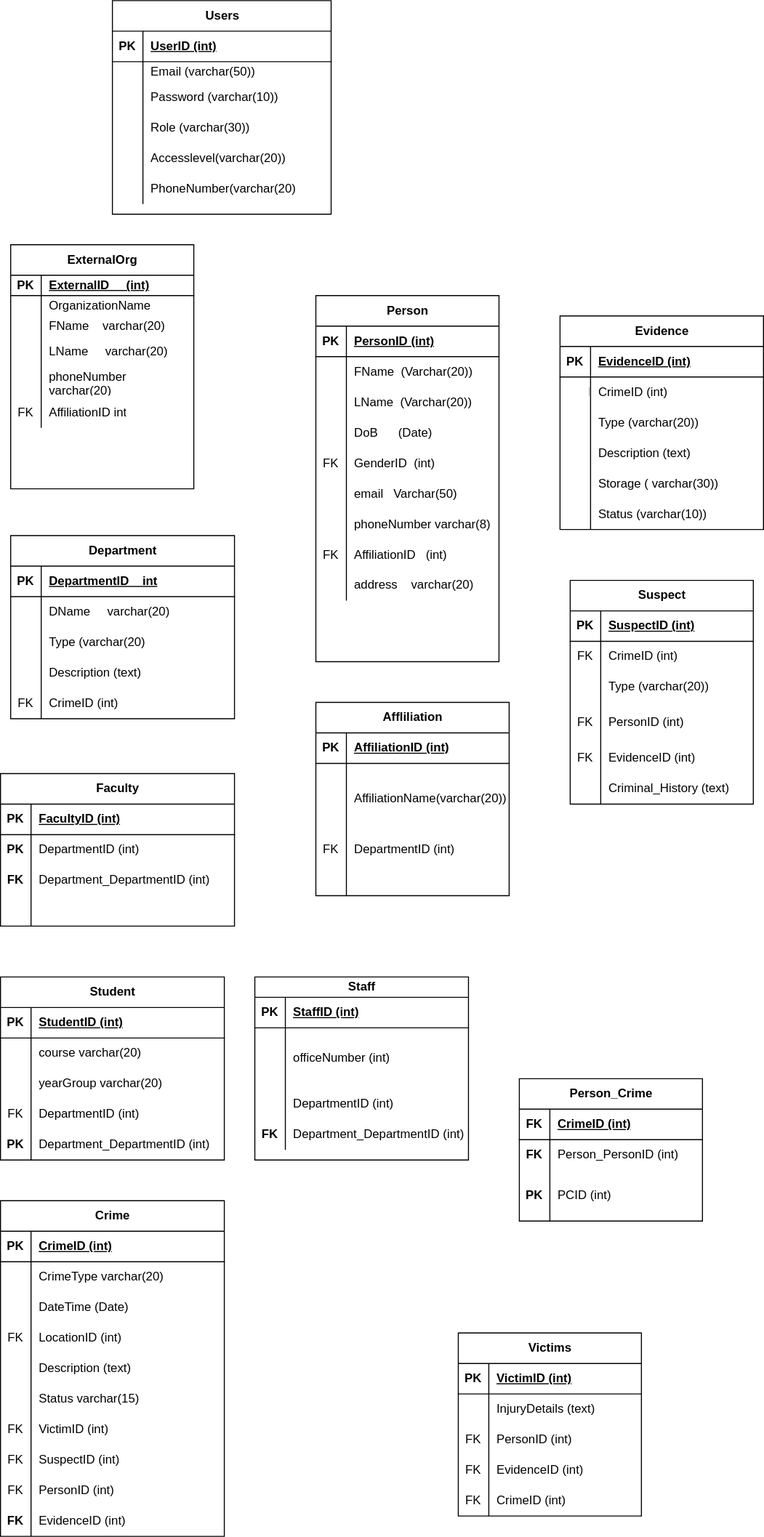
Earlier version of the draw.io export Untitled Diagram.drawio.svg (Priscile2/Diagrams). Source tidied: cells renumbered, new cells last; positions are measured from the earlier drawing's top-left corner, leaving out a move shared by most shapes.
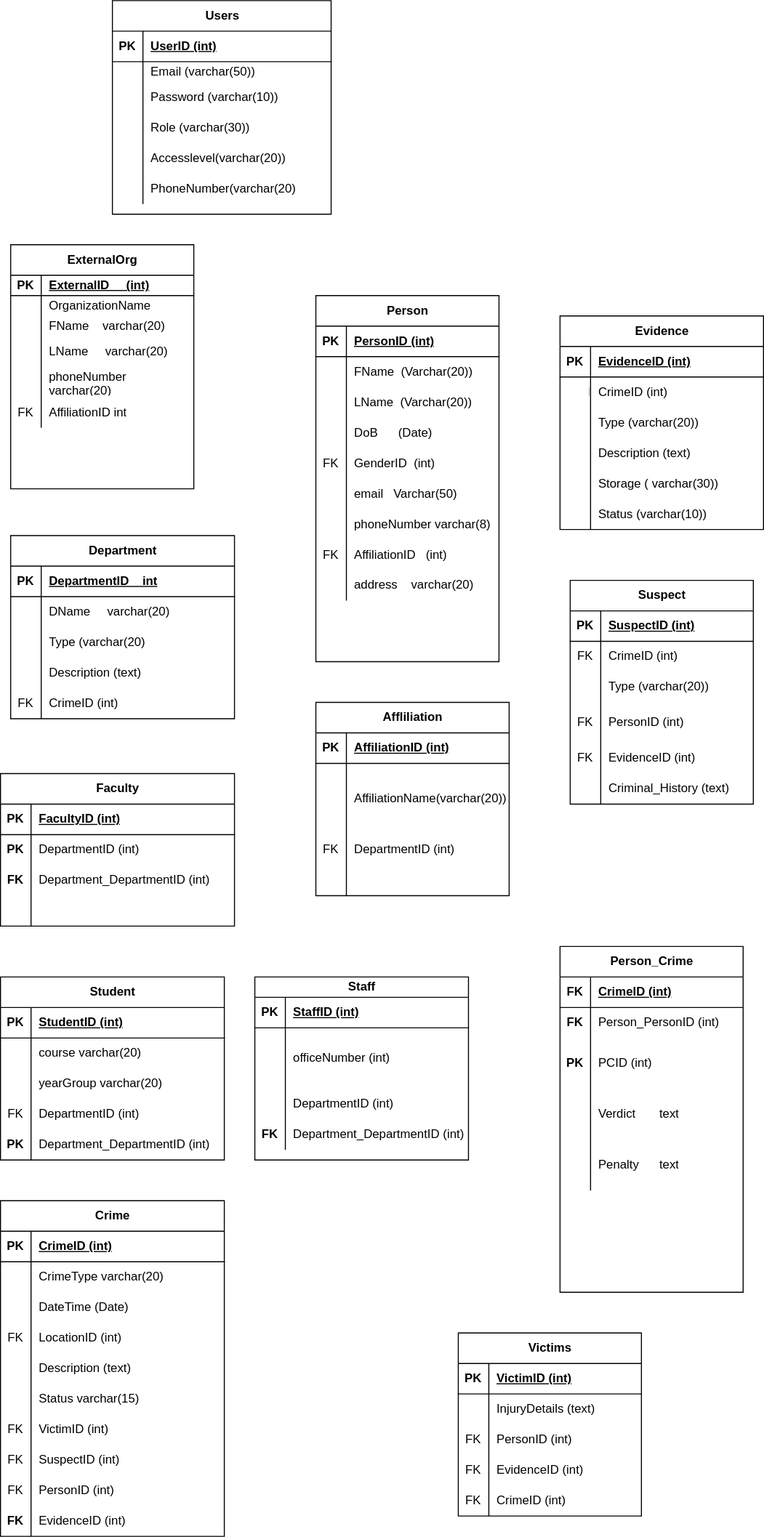
After the commit.

The edit, as a diff of the source:
```diff
@@ -288,7 +288,7 @@
       <mxGeometry x="30" width="150" height="30" as="geometry" />
     </mxCell>
     <mxCell id="97" value="Person_Crime" style="shape=table;startSize=30;rowLines=0;fontStyle=1;align=center;html=1;" parent="1" vertex="1">
-      <mxGeometry x="510" y="1060" width="180" height="140" as="geometry" />
+      <mxGeometry x="550" y="930" width="180" height="340" as="geometry" />
     </mxCell>
     <mxCell id="98" style="shape=tableRow;horizontal=0;startSize=0;swimlaneHead=0;swimlaneBody=0;fillColor=none;top=0;left=0;right=0;bottom=1;" parent="97" vertex="1">
       <mxGeometry y="30" width="180" height="30" as="geometry" />
@@ -317,6 +317,24 @@
     <mxCell id="106" value="PCID (int)" style="shape=partialRectangle;fillColor=none;top=0;left=0;bottom=0;right=0;align=left;spacingLeft=6;overflow=hidden;whiteSpace=wrap;html=1;" parent="104" vertex="1">
       <mxGeometry x="30" width="150" height="50" as="geometry" />
     </mxCell>
+    <mxCell id="234" style="shape=tableRow;horizontal=0;startSize=0;swimlaneHead=0;swimlaneBody=0;fillColor=none;top=0;left=0;right=0;bottom=0;" parent="97" vertex="1">
+      <mxGeometry y="140" width="180" height="50" as="geometry" />
+    </mxCell>
+    <mxCell id="235" style="shape=partialRectangle;fillColor=none;top=0;left=0;bottom=0;right=0;overflow=hidden;whiteSpace=wrap;html=1;" parent="234" vertex="1">
+      <mxGeometry width="30" height="50" as="geometry" />
+    </mxCell>
+    <mxCell id="236" value="Verdict &amp;nbsp; &amp;nbsp; &amp;nbsp; text" style="shape=partialRectangle;fillColor=none;top=0;left=0;bottom=0;right=0;align=left;spacingLeft=6;overflow=hidden;whiteSpace=wrap;html=1;" parent="234" vertex="1">
+      <mxGeometry x="30" width="150" height="50" as="geometry" />
+    </mxCell>
+    <mxCell id="237" style="shape=tableRow;horizontal=0;startSize=0;swimlaneHead=0;swimlaneBody=0;fillColor=none;top=0;left=0;right=0;bottom=0;" parent="97" vertex="1">
+      <mxGeometry y="190" width="180" height="50" as="geometry" />
+    </mxCell>
+    <mxCell id="238" style="shape=partialRectangle;fillColor=none;top=0;left=0;bottom=0;right=0;overflow=hidden;whiteSpace=wrap;html=1;" parent="237" vertex="1">
+      <mxGeometry width="30" height="50" as="geometry" />
+    </mxCell>
+    <mxCell id="239" value="Penalty &amp;nbsp; &amp;nbsp; &amp;nbsp;text" style="shape=partialRectangle;fillColor=none;top=0;left=0;bottom=0;right=0;align=left;spacingLeft=6;overflow=hidden;whiteSpace=wrap;html=1;" parent="237" vertex="1">
+      <mxGeometry x="30" width="150" height="50" as="geometry" />
+    </mxCell>
     <mxCell id="107" value="Faculty" style="shape=table;startSize=30;rowLines=0;fontStyle=1;align=center;html=1;" parent="1" vertex="1">
       <mxGeometry y="760" width="230" height="150" as="geometry" />
     </mxCell>
```
